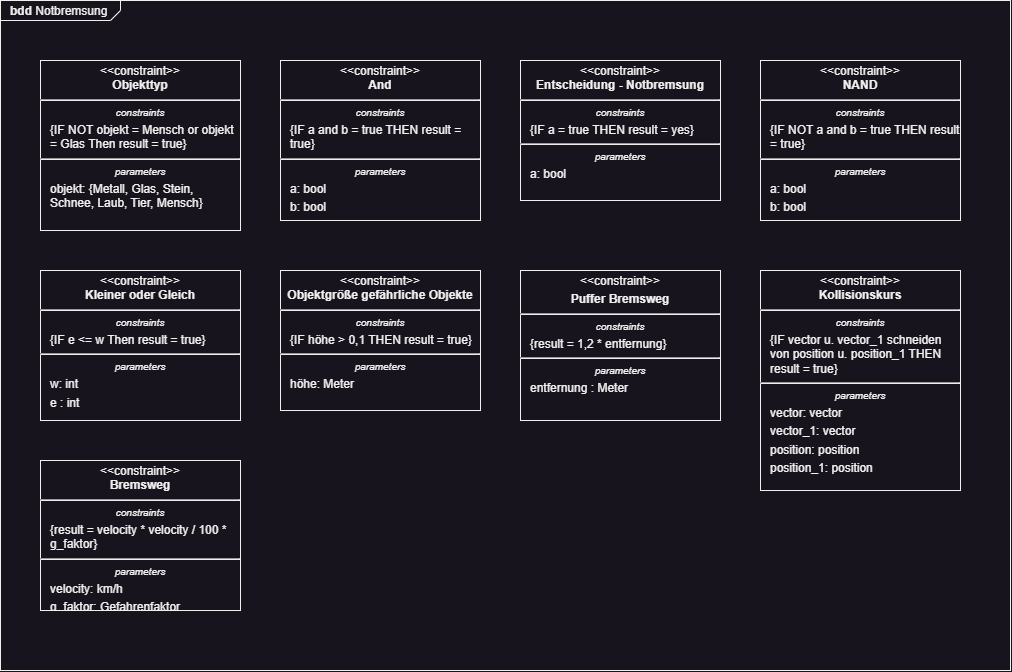
Before: notbremsung-bdd.drawio.png, a diagram exported from draw.io (agrueneberg/sews2324). Source tidied: cells renumbered, new cells last; positions are measured from the earlier drawing's top-left corner, leaving out a move shared by most shapes.
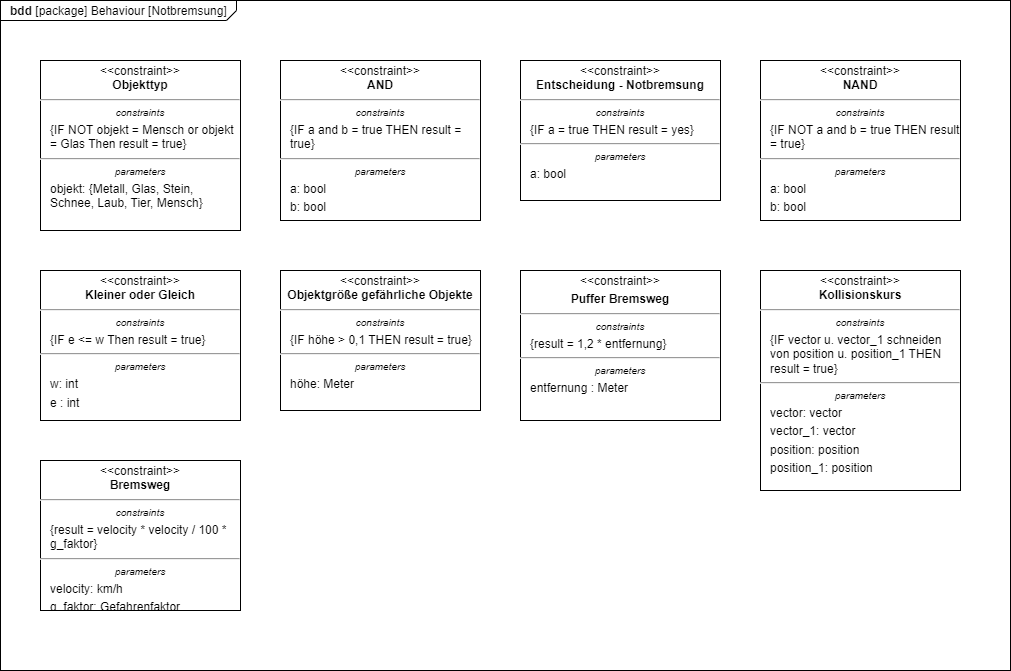
After the change.

Commit message:
Add package information

Change to the diagram source:
```diff
@@ -2,7 +2,7 @@
   <root>
     <mxCell id="0" />
     <mxCell id="1" parent="0" />
-    <mxCell id="2" value="&lt;p style=&quot;margin:0px;margin-top:4px;margin-left:10px;text-align:left;&quot;&gt;&lt;b&gt;bdd&lt;/b&gt;   Notbremsung&lt;/p&gt;" style="html=1;shape=mxgraph.sysml.package;labelX=120;align=left;spacingLeft=10;overflow=fill;" parent="1" vertex="1">
+    <mxCell id="2" value="&lt;p style=&quot;margin:0px;margin-top:4px;margin-left:10px;text-align:left;&quot;&gt;&lt;b&gt;bdd&lt;/b&gt;&amp;nbsp;[package] Behaviour [Notbremsung]&lt;/p&gt;" style="html=1;shape=mxgraph.sysml.package;labelX=236.44;align=left;spacingLeft=10;overflow=fill;" parent="1" vertex="1">
       <mxGeometry width="1010" height="670" as="geometry" />
     </mxCell>
     <mxCell id="3" value="&lt;p style=&quot;margin: 4px 0px 0px;&quot;&gt;&amp;lt;&amp;lt;constraint&amp;gt;&amp;gt;&lt;br&gt;&lt;b&gt;Objekttyp&lt;/b&gt;&lt;/p&gt;&lt;hr&gt;&lt;p style=&quot;font-size: 10px; margin: 4px 0px 0px;&quot;&gt;&lt;i&gt;constraints&lt;/i&gt;&lt;/p&gt;&lt;p style=&quot;margin: 4px 0px 0px 10px; text-align: left;&quot;&gt;{IF NOT objekt = Mensch or objekt = Glas Then result = true}&lt;br&gt;&lt;/p&gt;&lt;hr&gt;&lt;p style=&quot;font-size: 10px; margin: 4px 0px 0px;&quot;&gt;&lt;i&gt;parameters&lt;/i&gt;&lt;/p&gt;&lt;p style=&quot;margin: 4px 0px 0px 10px; text-align: left;&quot;&gt;objekt: {Metall, Glas, Stein, Schnee, Laub, Tier, Mensch}&lt;/p&gt;" style="shape=rect;html=1;overflow=fill;whiteSpace=wrap;" parent="1" vertex="1">
@@ -11,7 +11,7 @@
     <mxCell id="4" value="&lt;p style=&quot;margin:0px;margin-top:4px;text-align:center;&quot;&gt;&amp;lt;&amp;lt;constraint&amp;gt;&amp;gt;&lt;br&gt;&lt;b&gt;Entscheidung - Notbremsung&lt;/b&gt;&lt;/p&gt;&lt;hr&gt;&lt;p style=&quot;font-size:10px;margin:0px;margin-top:4px;text-align:center;&quot;&gt;&lt;i&gt;constraints&lt;/i&gt;&lt;/p&gt;&lt;p style=&quot;margin:0px;margin-top:4px;margin-left:10px;text-align:left;&quot;&gt;{IF a = true THEN result = yes}&lt;br&gt;&lt;/p&gt;&lt;hr&gt;&lt;p style=&quot;font-size:10px;margin:0px;margin-top:4px;text-align:center;&quot;&gt;&lt;i&gt;parameters&lt;/i&gt;&lt;/p&gt;&lt;p style=&quot;margin:0px;margin-top:4px;margin-left:10px;text-align:left;&quot;&gt;a: bool&lt;/p&gt;" style="shape=rect;html=1;overflow=fill;whiteSpace=wrap;" parent="1" vertex="1">
       <mxGeometry x="520" y="60" width="200" height="140" as="geometry" />
     </mxCell>
-    <mxCell id="5" value="&lt;p style=&quot;margin:0px;margin-top:4px;text-align:center;&quot;&gt;&amp;lt;&amp;lt;constraint&amp;gt;&amp;gt;&lt;br&gt;&lt;b&gt;And&lt;/b&gt;&lt;/p&gt;&lt;hr&gt;&lt;p style=&quot;font-size:10px;margin:0px;margin-top:4px;text-align:center;&quot;&gt;&lt;i&gt;constraints&lt;/i&gt;&lt;/p&gt;&lt;p style=&quot;margin:0px;margin-top:4px;margin-left:10px;text-align:left;&quot;&gt;{IF a and b = true THEN result = true}&lt;br&gt;&lt;/p&gt;&lt;hr&gt;&lt;p style=&quot;font-size:10px;margin:0px;margin-top:4px;text-align:center;&quot;&gt;&lt;i&gt;parameters&lt;/i&gt;&lt;/p&gt;&lt;p style=&quot;margin:0px;margin-top:4px;margin-left:10px;text-align:left;&quot;&gt;a: bool&lt;br&gt;&lt;/p&gt;&lt;p style=&quot;margin:0px;margin-top:4px;margin-left:10px;text-align:left;&quot;&gt;b: bool&lt;br&gt;&lt;/p&gt;" style="shape=rect;html=1;overflow=fill;whiteSpace=wrap;" parent="1" vertex="1">
+    <mxCell id="5" value="&lt;p style=&quot;margin:0px;margin-top:4px;text-align:center;&quot;&gt;&amp;lt;&amp;lt;constraint&amp;gt;&amp;gt;&lt;br&gt;&lt;b&gt;AND&lt;/b&gt;&lt;/p&gt;&lt;hr&gt;&lt;p style=&quot;font-size:10px;margin:0px;margin-top:4px;text-align:center;&quot;&gt;&lt;i&gt;constraints&lt;/i&gt;&lt;/p&gt;&lt;p style=&quot;margin:0px;margin-top:4px;margin-left:10px;text-align:left;&quot;&gt;{IF a and b = true THEN result = true}&lt;br&gt;&lt;/p&gt;&lt;hr&gt;&lt;p style=&quot;font-size:10px;margin:0px;margin-top:4px;text-align:center;&quot;&gt;&lt;i&gt;parameters&lt;/i&gt;&lt;/p&gt;&lt;p style=&quot;margin:0px;margin-top:4px;margin-left:10px;text-align:left;&quot;&gt;a: bool&lt;br&gt;&lt;/p&gt;&lt;p style=&quot;margin:0px;margin-top:4px;margin-left:10px;text-align:left;&quot;&gt;b: bool&lt;br&gt;&lt;/p&gt;" style="shape=rect;html=1;overflow=fill;whiteSpace=wrap;" parent="1" vertex="1">
       <mxGeometry x="280" y="60" width="200" height="160" as="geometry" />
     </mxCell>
     <mxCell id="6" value="&lt;p style=&quot;margin: 4px 0px 0px;&quot;&gt;&amp;lt;&amp;lt;constraint&amp;gt;&amp;gt;&lt;br&gt;&lt;b&gt;Kollisionskurs&lt;/b&gt;&lt;/p&gt;&lt;hr&gt;&lt;p style=&quot;font-size: 10px; margin: 4px 0px 0px;&quot;&gt;&lt;i&gt;constraints&lt;/i&gt;&lt;/p&gt;&lt;p style=&quot;margin: 4px 0px 0px 10px; text-align: left;&quot;&gt;{IF vector u. vector_1 schneiden von position u. position_1 THEN result = true}&lt;br&gt;&lt;/p&gt;&lt;hr&gt;&lt;p style=&quot;font-size: 10px; margin: 4px 0px 0px;&quot;&gt;&lt;i&gt;parameters&lt;/i&gt;&lt;/p&gt;&lt;p style=&quot;margin: 4px 0px 0px 10px; text-align: left;&quot;&gt;vector: vector&lt;/p&gt;&lt;p style=&quot;margin: 4px 0px 0px 10px; text-align: left;&quot;&gt;vector_1: vector&lt;/p&gt;&lt;p style=&quot;margin: 4px 0px 0px 10px; text-align: left;&quot;&gt;position: position&lt;/p&gt;&lt;p style=&quot;margin: 4px 0px 0px 10px; text-align: left;&quot;&gt;position_1: position&lt;/p&gt;" style="shape=rect;html=1;overflow=fill;whiteSpace=wrap;" parent="1" vertex="1">
```
